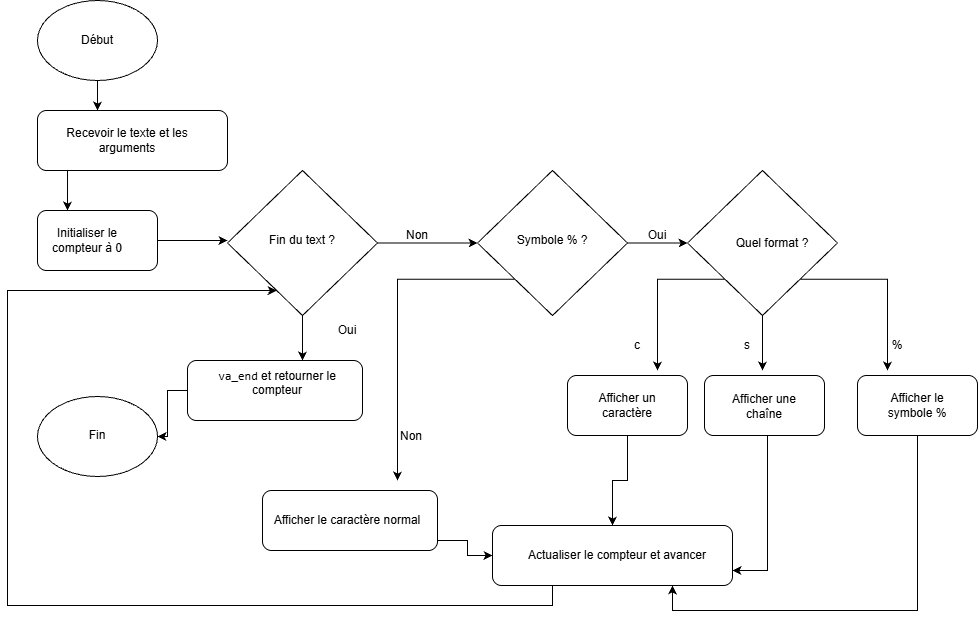
Earlier version of the draw.io export Projet printf.drawio.png (CarlaDub/holbertonschool-printf). Source tidied: cells renumbered, new cells last; positions are measured from the earlier drawing's top-left corner, leaving out a move shared by most shapes.
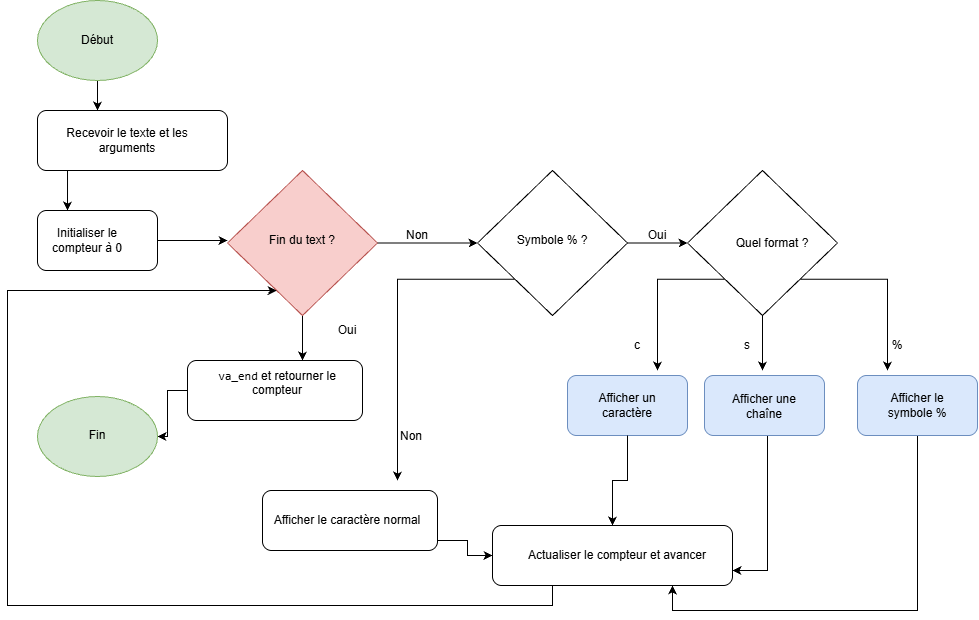
Above is the later version.

Commit message:
Mettre à jour Projet printf.drawio.png

Diff of the diagram source:
```diff
@@ -10,7 +10,7 @@
         </Array>
       </mxGeometry>
     </mxCell>
-    <mxCell id="3" style="ellipse;whiteSpace=wrap;html=1;shapeInside=1;" parent="1" vertex="1">
+    <mxCell id="3" style="ellipse;whiteSpace=wrap;html=1;shapeInside=1;fillColor=#d5e8d4;strokeColor=#82b366;" parent="1" vertex="1">
       <mxGeometry x="30" width="120" height="80" as="geometry" />
     </mxCell>
     <mxCell id="4" value="Début" style="text;html=1;whiteSpace=wrap;strokeColor=none;fillColor=none;align=center;verticalAlign=middle;rounded=0;" parent="1" vertex="1">
@@ -44,7 +44,7 @@
         <mxPoint x="295" y="360" as="targetPoint" />
       </mxGeometry>
     </mxCell>
-    <mxCell id="13" style="rhombus;whiteSpace=wrap;html=1;shapeInside=1;" parent="1" vertex="1">
+    <mxCell id="13" style="rhombus;whiteSpace=wrap;html=1;shapeInside=1;fillColor=#f8cecc;strokeColor=#b85450;" parent="1" vertex="1">
       <mxGeometry x="220" y="170" width="150" height="145" as="geometry" />
     </mxCell>
     <mxCell id="14" value="Fin du text ?" style="text;html=1;whiteSpace=wrap;strokeColor=none;fillColor=none;align=center;verticalAlign=middle;rounded=0;" parent="1" vertex="1">
@@ -111,7 +111,7 @@
     <mxCell id="31" value="%" style="text;html=1;whiteSpace=wrap;strokeColor=none;fillColor=none;align=center;verticalAlign=middle;rounded=0;" parent="1" vertex="1">
       <mxGeometry x="860" y="330" width="60" height="30" as="geometry" />
     </mxCell>
-    <mxCell id="32" style="rounded=1;whiteSpace=wrap;html=1;roundedPerimeter=1;" parent="1" vertex="1">
+    <mxCell id="32" style="rounded=1;whiteSpace=wrap;html=1;roundedPerimeter=1;fillColor=#dae8fc;strokeColor=#6c8ebf;" parent="1" vertex="1">
       <mxGeometry x="560" y="375" width="120" height="60" as="geometry" />
     </mxCell>
     <mxCell id="33" style="edgeStyle=orthogonalEdgeStyle;rounded=0;jettySize=auto;html=1;defaultLabelBackgroundColor=page;labelPadding=0 4;entryX=1;entryY=0.75;entryDx=0;entryDy=0;" parent="1" edge="1" source="34" target="42">
@@ -121,7 +121,7 @@
         </Array>
       </mxGeometry>
     </mxCell>
-    <mxCell id="34" style="rounded=1;whiteSpace=wrap;html=1;roundedPerimeter=1;" parent="1" vertex="1">
+    <mxCell id="34" style="rounded=1;whiteSpace=wrap;html=1;roundedPerimeter=1;fillColor=#dae8fc;strokeColor=#6c8ebf;" parent="1" vertex="1">
       <mxGeometry x="697" y="375" width="120" height="60" as="geometry" />
     </mxCell>
     <mxCell id="35" style="edgeStyle=orthogonalEdgeStyle;rounded=0;jettySize=auto;html=1;defaultLabelBackgroundColor=page;labelPadding=0 4;entryX=0.75;entryY=1;entryDx=0;entryDy=0;" parent="1" edge="1" source="36" target="42">
@@ -132,7 +132,7 @@
         </Array>
       </mxGeometry>
     </mxCell>
-    <mxCell id="36" style="rounded=1;whiteSpace=wrap;html=1;roundedPerimeter=1;" parent="1" vertex="1">
+    <mxCell id="36" style="rounded=1;whiteSpace=wrap;html=1;roundedPerimeter=1;fillColor=#dae8fc;strokeColor=#6c8ebf;" parent="1" vertex="1">
       <mxGeometry x="850" y="375" width="120" height="60" as="geometry" />
     </mxCell>
     <mxCell id="37" style="edgeStyle=orthogonalEdgeStyle;rounded=0;jettySize=auto;html=1;entryX=0.5;entryY=0;entryDx=0;entryDy=0;defaultLabelBackgroundColor=page;labelPadding=0 4;exitX=0.5;exitY=1;exitDx=0;exitDy=0;" parent="1" edge="1" source="32" target="42">
@@ -183,7 +183,7 @@
     <mxCell id="48" value="Oui" style="text;html=1;whiteSpace=wrap;strokeColor=none;fillColor=none;align=center;verticalAlign=middle;rounded=0;" parent="1" vertex="1">
       <mxGeometry x="620" y="220" width="60" height="30" as="geometry" />
     </mxCell>
-    <mxCell id="49" style="ellipse;whiteSpace=wrap;html=1;shapeInside=1;" parent="1" vertex="1">
+    <mxCell id="49" style="ellipse;whiteSpace=wrap;html=1;shapeInside=1;fillColor=#d5e8d4;strokeColor=#82b366;" parent="1" vertex="1">
       <mxGeometry x="30" y="396" width="120" height="80" as="geometry" />
     </mxCell>
     <mxCell id="50" value="Fin" style="text;html=1;whiteSpace=wrap;strokeColor=none;fillColor=none;align=center;verticalAlign=middle;rounded=0;" parent="1" vertex="1">
```
